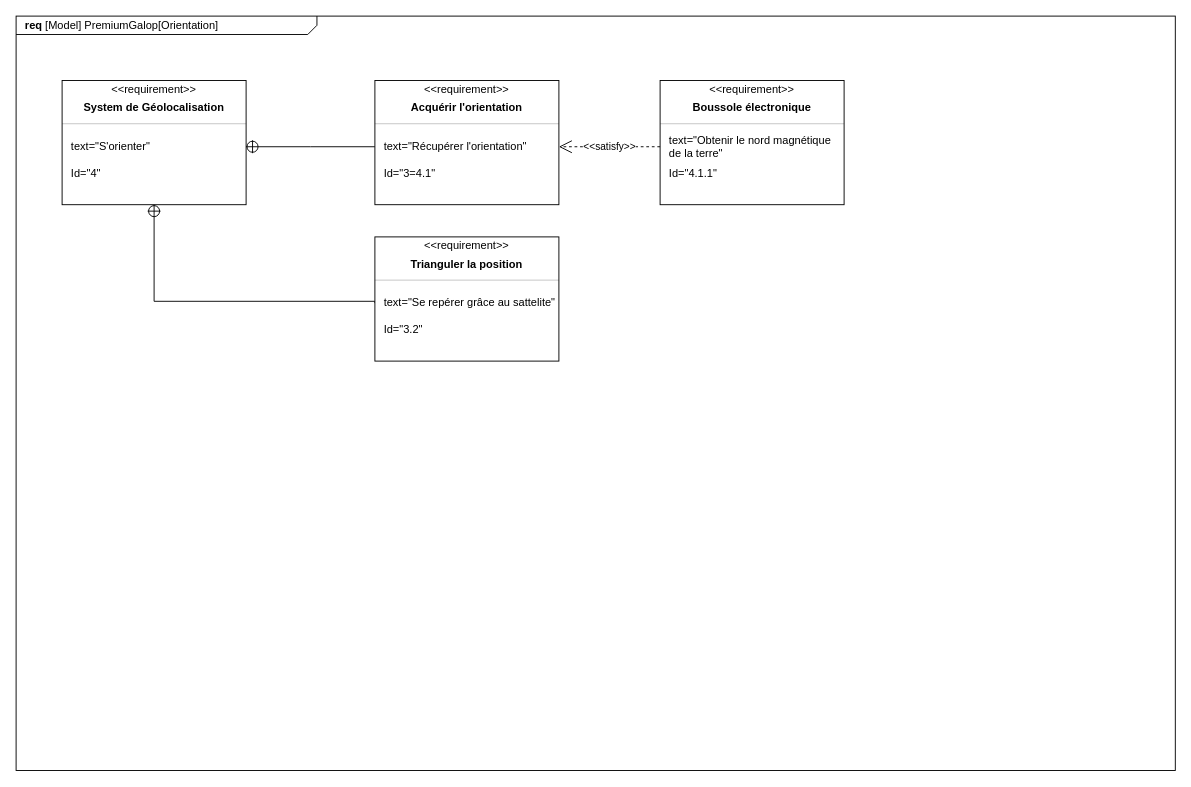
This is SYSML/Requirement/D-Requirement_Orientation-T1.drawio from ToGen49/Hippodrome, a draw.io file, before an edit. Source tidied: cells renumbered, new cells numbered last; positions are measured from the earlier drawing's top-left corner, leaving out a move shared by most shapes. Both pictures are drawn from the tidied source at 92%, with x=0, y=0 at pixel (16, 16).
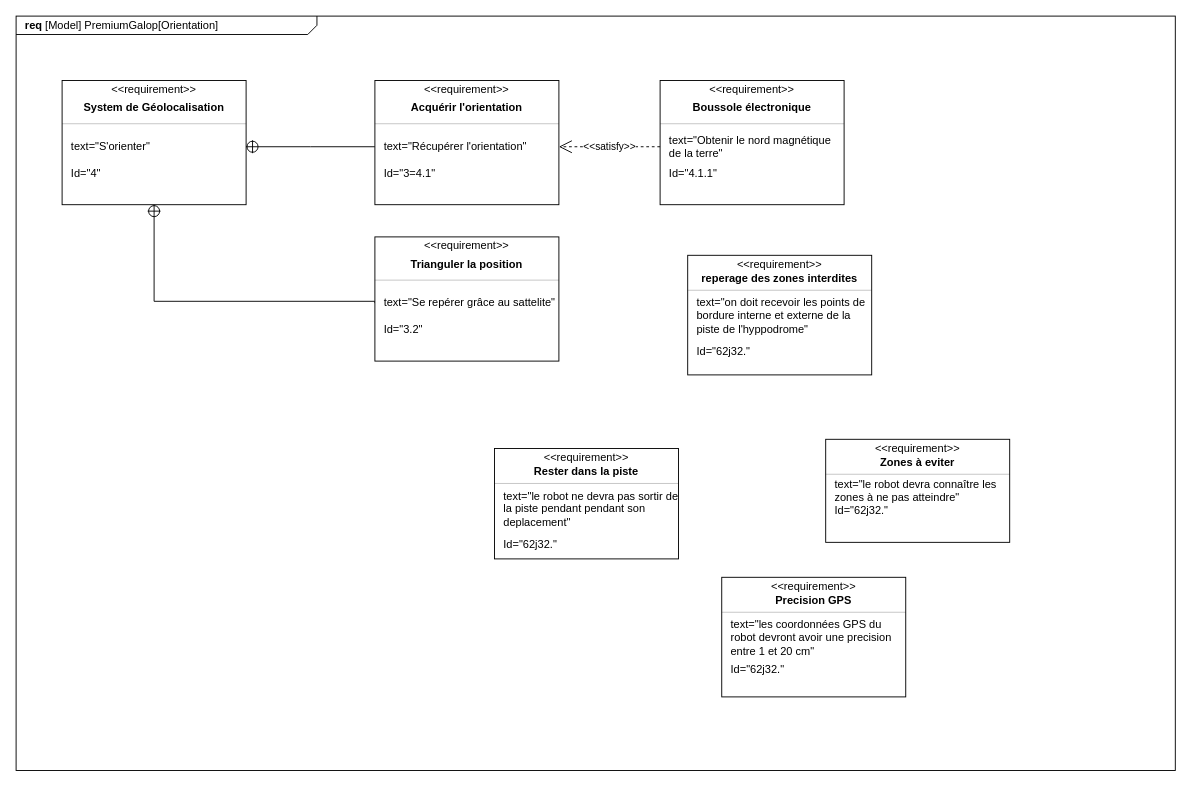
Above is the later version.

Commit message:
Mettre à jour D-Requirement_Orientation-T1.drawio

Diff of the diagram source:
```diff
@@
+    <mxCell id="34" style="fontStyle=1;align=center;verticalAlign=middle;horizontal=1;" parent="1" vertex="1">
+      <mxGeometry x="730" y="260" width="200" height="130" as="geometry" />
+    </mxCell>
+    <mxCell id="35" value="&amp;lt;&amp;lt;requirement&amp;gt;&amp;gt;" style="html=1;align=center;spacing=0;verticalAlign=middle;strokeColor=none;fillColor=none;whiteSpace=wrap;spacingTop=3;" parent="34" vertex="1">
+      <mxGeometry width="200" height="16" as="geometry" />
+    </mxCell>
+    <mxCell id="36" value="reperage des zones interdites" style="html=1;align=center;spacing=0;verticalAlign=middle;strokeColor=none;fillColor=none;whiteSpace=wrap;fontStyle=1;" parent="34" vertex="1">
+      <mxGeometry y="16" width="200" height="18" as="geometry" />
+    </mxCell>
+    <mxCell id="37" style="line;strokeWidth=0.25;fillColor=none;align=left;verticalAlign=middle;spacingTop=-1;spacingLeft=3;spacingRight=3;labelPosition=right;" parent="34" vertex="1">
+      <mxGeometry y="34" width="200" height="8" as="geometry" />
+    </mxCell>
+    <mxCell id="38" value="text=&quot;on doit recevoir les points de bordure interne et externe de la piste de l'hyppodrome&quot;" style="html=1;align=left;spacing=0;verticalAlign=middle;strokeColor=none;fillColor=none;whiteSpace=wrap;spacingLeft=10;" parent="34" vertex="1">
+      <mxGeometry y="42" width="200" height="48" as="geometry" />
+    </mxCell>
+    <mxCell id="39" value="Id=&quot;62j32.&quot;" style="html=1;align=left;spacing=0;verticalAlign=middle;strokeColor=none;fillColor=none;whiteSpace=wrap;spacingLeft=10;" parent="34" vertex="1">
+      <mxGeometry y="90" width="200" height="30" as="geometry" />
+    </mxCell>
+    <mxCell id="40" style="html=1;align=center;spacing=0;verticalAlign=middle;strokeColor=none;fillColor=none;whiteSpace=wrap;" parent="34" vertex="1">
+      <mxGeometry y="120" width="200" height="10" as="geometry" />
+    </mxCell>
+    <mxCell id="41" style="fontStyle=1;align=center;verticalAlign=middle;horizontal=1;" parent="1" vertex="1">
+      <mxGeometry x="520" y="470" width="200" height="120" as="geometry" />
+    </mxCell>
+    <mxCell id="42" value="&amp;lt;&amp;lt;requirement&amp;gt;&amp;gt;" style="html=1;align=center;spacing=0;verticalAlign=middle;strokeColor=none;fillColor=none;whiteSpace=wrap;spacingTop=3;" parent="41" vertex="1">
+      <mxGeometry width="200" height="16" as="geometry" />
+    </mxCell>
+    <mxCell id="43" value="Rester dans la piste" style="html=1;align=center;spacing=0;verticalAlign=middle;strokeColor=none;fillColor=none;whiteSpace=wrap;fontStyle=1;" parent="41" vertex="1">
+      <mxGeometry y="16" width="200" height="18" as="geometry" />
+    </mxCell>
+    <mxCell id="44" style="line;strokeWidth=0.25;fillColor=none;align=left;verticalAlign=middle;spacingTop=-1;spacingLeft=3;spacingRight=3;labelPosition=right;" parent="41" vertex="1">
+      <mxGeometry y="34" width="200" height="8" as="geometry" />
+    </mxCell>
+    <mxCell id="45" value="text=&quot;le robot ne devra pas sortir de la piste pendant pendant son deplacement&quot;" style="html=1;align=left;spacing=0;verticalAlign=middle;strokeColor=none;fillColor=none;whiteSpace=wrap;spacingLeft=10;" parent="41" vertex="1">
+      <mxGeometry y="42" width="200" height="48" as="geometry" />
+    </mxCell>
+    <mxCell id="46" value="Id=&quot;62j32.&quot;" style="html=1;align=left;spacing=0;verticalAlign=middle;strokeColor=none;fillColor=none;whiteSpace=wrap;spacingLeft=10;" parent="41" vertex="1">
+      <mxGeometry y="90" width="200" height="30" as="geometry" />
+    </mxCell>
+    <mxCell id="47" style="html=1;align=center;spacing=0;verticalAlign=middle;strokeColor=none;fillColor=none;whiteSpace=wrap;" parent="41" vertex="1">
+      <mxGeometry y="120" width="200" as="geometry" />
+    </mxCell>
+    <mxCell id="48" style="fontStyle=1;align=center;verticalAlign=middle;horizontal=1;" parent="1" vertex="1">
+      <mxGeometry x="880" y="460" width="200" height="112" as="geometry" />
+    </mxCell>
+    <mxCell id="49" value="&amp;lt;&amp;lt;requirement&amp;gt;&amp;gt;" style="html=1;align=center;spacing=0;verticalAlign=middle;strokeColor=none;fillColor=none;whiteSpace=wrap;spacingTop=3;" parent="48" vertex="1">
+      <mxGeometry width="200" height="16" as="geometry" />
+    </mxCell>
+    <mxCell id="50" value="Zones à eviter" style="html=1;align=center;spacing=0;verticalAlign=middle;strokeColor=none;fillColor=none;whiteSpace=wrap;fontStyle=1;" parent="48" vertex="1">
+      <mxGeometry y="16" width="200" height="18" as="geometry" />
+    </mxCell>
+    <mxCell id="51" style="line;strokeWidth=0.25;fillColor=none;align=left;verticalAlign=middle;spacingTop=-1;spacingLeft=3;spacingRight=3;labelPosition=right;" parent="48" vertex="1">
+      <mxGeometry y="34" width="200" height="8" as="geometry" />
+    </mxCell>
+    <mxCell id="52" value="text=&quot;le robot devra connaître les zones à ne pas atteindre&quot;" style="html=1;align=left;spacing=0;verticalAlign=middle;strokeColor=none;fillColor=none;whiteSpace=wrap;spacingLeft=10;" parent="48" vertex="1">
+      <mxGeometry y="42" width="200" height="28" as="geometry" />
+    </mxCell>
+    <mxCell id="53" value="Id=&quot;62j32.&quot;" style="html=1;align=left;spacing=0;verticalAlign=middle;strokeColor=none;fillColor=none;whiteSpace=wrap;spacingLeft=10;" parent="48" vertex="1">
+      <mxGeometry y="70" width="200" height="16" as="geometry" />
+    </mxCell>
+    <mxCell id="54" style="html=1;align=center;spacing=0;verticalAlign=middle;strokeColor=none;fillColor=none;whiteSpace=wrap;" parent="48" vertex="1">
+      <mxGeometry y="86" width="200" height="26" as="geometry" />
+    </mxCell>
+    <mxCell id="55" style="fontStyle=1;align=center;verticalAlign=middle;horizontal=1;" parent="1" vertex="1">
+      <mxGeometry x="767" y="610" width="200" height="130" as="geometry" />
+    </mxCell>
+    <mxCell id="56" value="&amp;lt;&amp;lt;requirement&amp;gt;&amp;gt;" style="html=1;align=center;spacing=0;verticalAlign=middle;strokeColor=none;fillColor=none;whiteSpace=wrap;spacingTop=3;" parent="55" vertex="1">
+      <mxGeometry width="200" height="16" as="geometry" />
+    </mxCell>
+    <mxCell id="57" value="Precision GPS" style="html=1;align=center;spacing=0;verticalAlign=middle;strokeColor=none;fillColor=none;whiteSpace=wrap;fontStyle=1;" parent="55" vertex="1">
+      <mxGeometry y="16" width="200" height="18" as="geometry" />
+    </mxCell>
+    <mxCell id="58" style="line;strokeWidth=0.25;fillColor=none;align=left;verticalAlign=middle;spacingTop=-1;spacingLeft=3;spacingRight=3;labelPosition=right;" parent="55" vertex="1">
+      <mxGeometry y="34" width="200" height="8" as="geometry" />
+    </mxCell>
+    <mxCell id="59" value="text=&quot;les coordonnées GPS du robot devront avoir une precision entre 1 et 20 cm&quot;" style="html=1;align=left;spacing=0;verticalAlign=middle;strokeColor=none;fillColor=none;whiteSpace=wrap;spacingLeft=10;" parent="55" vertex="1">
+      <mxGeometry y="42" width="200" height="48" as="geometry" />
+    </mxCell>
+    <mxCell id="60" value="Id=&quot;62j32.&quot;" style="html=1;align=left;spacing=0;verticalAlign=middle;strokeColor=none;fillColor=none;whiteSpace=wrap;spacingLeft=10;" parent="55" vertex="1">
+      <mxGeometry y="90" width="200" height="20" as="geometry" />
+    </mxCell>
+    <mxCell id="61" style="html=1;align=center;spacing=0;verticalAlign=middle;strokeColor=none;fillColor=none;whiteSpace=wrap;" parent="55" vertex="1">
+      <mxGeometry y="110" width="200" height="20" as="geometry" />
+    </mxCell>
```
